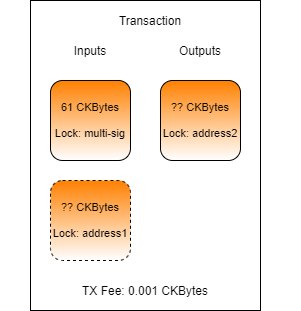
jordanmack/developer-training-course-documentation keeps this draw.io diagram as .gitbook/assets/transaction-structure (4).png. Above is the earlier version. Source tidied: cells renumbered, new cells last; positions are measured from the earlier drawing's top-left corner, leaving out a move shared by most shapes.
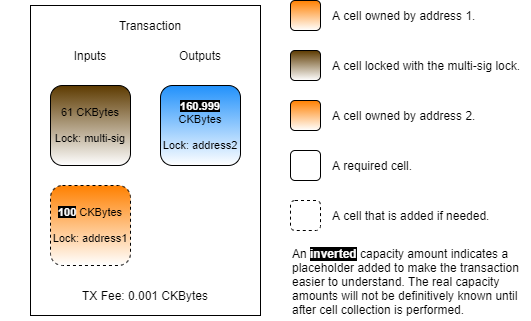
Later version of the same file.

Commit message:
GitBook: [master] no pages and one asset modified

Change to the diagram source:
```diff
@@ -17,14 +17,47 @@
     <mxCell id="6" value="TX Fee: 0.001 CKBytes" style="text;html=1;strokeColor=none;fillColor=none;align=center;verticalAlign=middle;whiteSpace=wrap;rounded=0;" parent="1" vertex="1">
       <mxGeometry x="45" y="280" width="200" height="20" as="geometry" />
     </mxCell>
-    <mxCell id="7" value="?? CKBytes&lt;br&gt;&lt;br&gt;Lock: address2" style="rounded=1;whiteSpace=wrap;html=1;fontSize=11;gradientColor=#ffffff;fillColor=#FF8000;" parent="1" vertex="1">
-      <mxGeometry x="160" y="80" width="80" height="80" as="geometry" />
-    </mxCell>
-    <mxCell id="8" value="61 CKBytes&lt;br&gt;&lt;br&gt;Lock: multi-sig" style="rounded=1;whiteSpace=wrap;html=1;fontSize=11;gradientColor=#ffffff;fillColor=#FF8000;" parent="1" vertex="1">
+    <mxCell id="8" value="61 CKBytes&lt;br&gt;&lt;br&gt;Lock: multi-sig" style="rounded=1;whiteSpace=wrap;html=1;fontSize=11;gradientColor=#ffffff;fillColor=#5D3A00;" parent="1" vertex="1">
       <mxGeometry x="50" y="80" width="80" height="80" as="geometry" />
     </mxCell>
-    <mxCell id="9" value="??&amp;nbsp;CKBytes&lt;br&gt;&lt;br&gt;Lock: address1" style="rounded=1;whiteSpace=wrap;html=1;fontSize=11;gradientColor=#ffffff;fillColor=#FF8000;dashed=1;" parent="1" vertex="1">
-      <mxGeometry x="50" y="180" width="80" height="80" as="geometry" />
-    </mxCell>
+    <mxCell id="10" value="&lt;font color=&quot;#ffffff&quot; style=&quot;background-color: rgb(0 , 0 , 0)&quot;&gt;&lt;b&gt;100&lt;/b&gt;&lt;/font&gt; CKBytes&lt;br&gt;&lt;br&gt;Lock: address1" style="rounded=1;whiteSpace=wrap;html=1;fontSize=11;gradientColor=#ffffff;fillColor=#FF8000;dashed=1;" parent="1" vertex="1">
+      <mxGeometry x="50" y="180" width="80" height="80" as="geometry" />
+    </mxCell>
+    <mxCell id="11" value="&lt;b style=&quot;color: rgb(255 , 255 , 255) ; background-color: rgb(0 , 0 , 0)&quot;&gt;160.999&lt;br&gt;&lt;/b&gt;CKBytes&lt;br&gt;&lt;br&gt;Lock: address2" style="rounded=1;whiteSpace=wrap;html=1;fontSize=11;gradientColor=#ffffff;fillColor=#2191FB;" parent="1" vertex="1">
+      <mxGeometry x="160" y="80" width="80" height="80" as="geometry" />
+    </mxCell>
+    <mxCell id="12" style="rounded=1;whiteSpace=wrap;html=1;gradientColor=#ffffff;fillColor=#5D3A00;" parent="1" vertex="1">
+      <mxGeometry x="290" y="45" width="30" height="30" as="geometry" />
+    </mxCell>
+    <mxCell id="13" style="rounded=1;whiteSpace=wrap;html=1;gradientColor=#ffffff;fillColor=#FF8000;" parent="1" vertex="1">
+      <mxGeometry x="290" y="-5" width="30" height="30" as="geometry" />
+    </mxCell>
+    <mxCell id="14" style="rounded=1;whiteSpace=wrap;html=1;gradientColor=#ffffff;fillColor=none;" parent="1" vertex="1">
+      <mxGeometry x="290" y="145" width="30" height="30" as="geometry" />
+    </mxCell>
+    <mxCell id="15" style="rounded=1;whiteSpace=wrap;html=1;gradientColor=#ffffff;fillColor=none;dashed=1;" parent="1" vertex="1">
+      <mxGeometry x="290" y="195" width="30" height="30" as="geometry" />
+    </mxCell>
+    <mxCell id="16" value="A cell owned by address 1." style="text;html=1;strokeColor=none;fillColor=none;align=left;verticalAlign=middle;whiteSpace=wrap;rounded=0;dashed=1;" parent="1" vertex="1">
+      <mxGeometry x="330" width="200" height="20" as="geometry" />
+    </mxCell>
+    <mxCell id="17" value="A cell locked with the multi-sig lock." style="text;html=1;strokeColor=none;fillColor=none;align=left;verticalAlign=middle;whiteSpace=wrap;rounded=0;dashed=1;" parent="1" vertex="1">
+      <mxGeometry x="330" y="50" width="200" height="20" as="geometry" />
+    </mxCell>
+    <mxCell id="18" value="A required cell." style="text;html=1;strokeColor=none;fillColor=none;align=left;verticalAlign=middle;whiteSpace=wrap;rounded=0;dashed=1;" parent="1" vertex="1">
+      <mxGeometry x="330" y="150" width="200" height="20" as="geometry" />
+    </mxCell>
+    <mxCell id="19" value="A cell that is added if needed." style="text;html=1;strokeColor=none;fillColor=none;align=left;verticalAlign=middle;whiteSpace=wrap;rounded=0;dashed=1;" parent="1" vertex="1">
+      <mxGeometry x="330" y="200" width="200" height="20" as="geometry" />
+    </mxCell>
+    <mxCell id="20" value="An&amp;nbsp;&lt;b&gt;&lt;font color=&quot;#ffffff&quot; style=&quot;background-color: rgb(0 , 0 , 0)&quot;&gt;inverted&lt;/font&gt;&lt;font color=&quot;#7f00ff&quot;&gt;&amp;nbsp;&lt;/font&gt;&lt;/b&gt;capacity amount indicates a placeholder added to make the transaction easier to understand. The real capacity amounts will not be definitively known until after cell collection is performed." style="text;html=1;strokeColor=none;fillColor=none;align=left;verticalAlign=top;whiteSpace=wrap;rounded=0;dashed=1;" parent="1" vertex="1">
+      <mxGeometry x="290" y="235" width="240" height="80" as="geometry" />
+    </mxCell>
+    <mxCell id="21" style="rounded=1;whiteSpace=wrap;html=1;gradientColor=#ffffff;fillColor=#FF8000;" parent="1" vertex="1">
+      <mxGeometry x="290" y="95" width="30" height="30" as="geometry" />
+    </mxCell>
+    <mxCell id="22" value="A cell owned by address 2." style="text;html=1;strokeColor=none;fillColor=none;align=left;verticalAlign=middle;whiteSpace=wrap;rounded=0;dashed=1;" parent="1" vertex="1">
+      <mxGeometry x="330" y="100" width="200" height="20" as="geometry" />
+    </mxCell>
   </root>
 </mxGraphModel>
```
